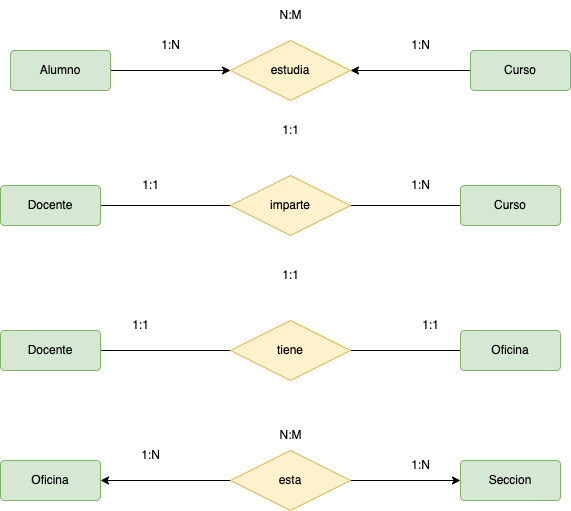
MoisesALH/base-datos keeps this draw.io diagram as NORMALIZACION/tareas/tarea9/img/matricula.drawio.png. Above is the earlier version. Source tidied: cells renumbered, new cells last; positions are measured from the earlier drawing's top-left corner, leaving out a move shared by most shapes. Source of this version:
```xml
<mxGraphModel>
  <root>
    <mxCell id="0" />
    <mxCell id="1" parent="0" />
    <mxCell id="2" style="edgeStyle=orthogonalEdgeStyle;rounded=0;jettySize=auto;html=1;endArrow=classic;endFill=1;" parent="1" edge="1" source="3" target="5">
      <mxGeometry relative="1" as="geometry" />
    </mxCell>
    <mxCell id="3" value="Curso" style="rounded=1;arcSize=10;whiteSpace=wrap;html=1;align=center;fillColor=#d5e8d4;strokeColor=#82b366;" parent="1" vertex="1">
      <mxGeometry x="470" y="50" width="100" height="40" as="geometry" />
    </mxCell>
    <mxCell id="4" style="edgeStyle=orthogonalEdgeStyle;rounded=0;jettySize=auto;html=1;endArrow=none;endFill=0;startArrow=classic;startFill=1;" parent="1" edge="1" source="5" target="6">
      <mxGeometry relative="1" as="geometry" />
    </mxCell>
    <mxCell id="5" value="estudia" style="shape=rhombus;perimeter=rhombusPerimeter;whiteSpace=wrap;html=1;align=center;fillColor=#fff2cc;strokeColor=#d6b656;" parent="1" vertex="1">
      <mxGeometry x="230" y="40" width="120" height="60" as="geometry" />
    </mxCell>
    <mxCell id="6" value="Alumno" style="rounded=1;arcSize=10;whiteSpace=wrap;html=1;align=center;fillColor=#d5e8d4;strokeColor=#82b366;" parent="1" vertex="1">
      <mxGeometry x="10" y="50" width="100" height="40" as="geometry" />
    </mxCell>
    <mxCell id="7" style="edgeStyle=orthogonalEdgeStyle;rounded=0;jettySize=auto;html=1;endArrow=none;endFill=0;" parent="1" edge="1" source="8" target="10">
      <mxGeometry relative="1" as="geometry" />
    </mxCell>
    <mxCell id="8" value="Curso" style="rounded=1;arcSize=10;whiteSpace=wrap;html=1;align=center;fillColor=#d5e8d4;strokeColor=#82b366;" parent="1" vertex="1">
      <mxGeometry x="460" y="185" width="100" height="40" as="geometry" />
    </mxCell>
    <mxCell id="9" style="edgeStyle=orthogonalEdgeStyle;rounded=0;jettySize=auto;html=1;endArrow=none;endFill=0;" parent="1" edge="1" source="10" target="11">
      <mxGeometry relative="1" as="geometry" />
    </mxCell>
    <mxCell id="10" value="imparte" style="shape=rhombus;perimeter=rhombusPerimeter;whiteSpace=wrap;html=1;align=center;fillColor=#fff2cc;strokeColor=#d6b656;" parent="1" vertex="1">
      <mxGeometry x="230" y="175" width="120" height="60" as="geometry" />
    </mxCell>
    <mxCell id="11" value="Docente" style="rounded=1;arcSize=10;whiteSpace=wrap;html=1;align=center;fillColor=#d5e8d4;strokeColor=#82b366;" parent="1" vertex="1">
      <mxGeometry y="185" width="100" height="40" as="geometry" />
    </mxCell>
    <mxCell id="12" style="edgeStyle=orthogonalEdgeStyle;rounded=0;jettySize=auto;html=1;endArrow=none;endFill=0;" parent="1" edge="1" source="13" target="15">
      <mxGeometry relative="1" as="geometry" />
    </mxCell>
    <mxCell id="13" value="Oficina" style="rounded=1;arcSize=10;whiteSpace=wrap;html=1;align=center;fillColor=#d5e8d4;strokeColor=#82b366;" parent="1" vertex="1">
      <mxGeometry x="460" y="330" width="100" height="40" as="geometry" />
    </mxCell>
    <mxCell id="14" style="edgeStyle=orthogonalEdgeStyle;rounded=0;jettySize=auto;html=1;endArrow=none;endFill=0;" parent="1" edge="1" source="15" target="16">
      <mxGeometry relative="1" as="geometry" />
    </mxCell>
    <mxCell id="15" value="tiene" style="shape=rhombus;perimeter=rhombusPerimeter;whiteSpace=wrap;html=1;align=center;fillColor=#fff2cc;strokeColor=#d6b656;" parent="1" vertex="1">
      <mxGeometry x="230" y="320" width="120" height="60" as="geometry" />
    </mxCell>
    <mxCell id="16" value="Docente" style="rounded=1;arcSize=10;whiteSpace=wrap;html=1;align=center;fillColor=#d5e8d4;strokeColor=#82b366;" parent="1" vertex="1">
      <mxGeometry y="330" width="100" height="40" as="geometry" />
    </mxCell>
    <mxCell id="17" style="edgeStyle=orthogonalEdgeStyle;rounded=0;jettySize=auto;html=1;endArrow=none;endFill=0;startArrow=classic;startFill=1;" parent="1" edge="1" source="18" target="20">
      <mxGeometry relative="1" as="geometry" />
    </mxCell>
    <mxCell id="18" value="Seccion" style="rounded=1;arcSize=10;whiteSpace=wrap;html=1;align=center;fillColor=#d5e8d4;strokeColor=#82b366;" parent="1" vertex="1">
      <mxGeometry x="460" y="460" width="100" height="40" as="geometry" />
    </mxCell>
    <mxCell id="19" style="edgeStyle=orthogonalEdgeStyle;rounded=0;jettySize=auto;html=1;endArrow=classic;endFill=1;startArrow=none;startFill=0;" parent="1" edge="1" source="20" target="21">
      <mxGeometry relative="1" as="geometry" />
    </mxCell>
    <mxCell id="20" value="esta" style="shape=rhombus;perimeter=rhombusPerimeter;whiteSpace=wrap;html=1;align=center;fillColor=#fff2cc;strokeColor=#d6b656;" parent="1" vertex="1">
      <mxGeometry x="230" y="450" width="120" height="60" as="geometry" />
    </mxCell>
    <mxCell id="21" value="Oficina" style="rounded=1;arcSize=10;whiteSpace=wrap;html=1;align=center;fillColor=#d5e8d4;strokeColor=#82b366;" parent="1" vertex="1">
      <mxGeometry y="460" width="100" height="40" as="geometry" />
    </mxCell>
    <mxCell id="22" value="1:N" style="text;html=1;align=center;verticalAlign=middle;strokeColor=none;fillColor=none;" parent="1" vertex="1">
      <mxGeometry x="400" y="450" width="40" height="30" as="geometry" />
    </mxCell>
    <mxCell id="23" value="1:N" style="text;html=1;align=center;verticalAlign=middle;strokeColor=none;fillColor=none;" parent="1" vertex="1">
      <mxGeometry x="400" y="30" width="40" height="30" as="geometry" />
    </mxCell>
    <mxCell id="24" value="1:N" style="text;html=1;align=center;verticalAlign=middle;strokeColor=none;fillColor=none;" parent="1" vertex="1">
      <mxGeometry x="150" y="30" width="40" height="30" as="geometry" />
    </mxCell>
    <mxCell id="25" value="N:M" style="text;html=1;align=center;verticalAlign=middle;strokeColor=none;fillColor=none;" parent="1" vertex="1">
      <mxGeometry x="265" width="50" height="30" as="geometry" />
    </mxCell>
    <mxCell id="26" value="1:N" style="text;html=1;align=center;verticalAlign=middle;strokeColor=none;fillColor=none;" parent="1" vertex="1">
      <mxGeometry x="400" y="170" width="40" height="30" as="geometry" />
    </mxCell>
    <mxCell id="27" value="1:1" style="text;html=1;align=center;verticalAlign=middle;strokeColor=none;fillColor=none;" parent="1" vertex="1">
      <mxGeometry x="130" y="170" width="40" height="30" as="geometry" />
    </mxCell>
    <mxCell id="28" value="1:1" style="text;html=1;align=center;verticalAlign=middle;strokeColor=none;fillColor=none;" parent="1" vertex="1">
      <mxGeometry x="270" y="115" width="40" height="30" as="geometry" />
    </mxCell>
    <mxCell id="29" value="1:1" style="text;html=1;align=center;verticalAlign=middle;strokeColor=none;fillColor=none;" parent="1" vertex="1">
      <mxGeometry x="120" y="310" width="40" height="30" as="geometry" />
    </mxCell>
    <mxCell id="30" value="1:N" style="text;html=1;align=center;verticalAlign=middle;strokeColor=none;fillColor=none;" parent="1" vertex="1">
      <mxGeometry x="130" y="440" width="40" height="30" as="geometry" />
    </mxCell>
    <mxCell id="31" value="N:M" style="text;html=1;align=center;verticalAlign=middle;strokeColor=none;fillColor=none;" parent="1" vertex="1">
      <mxGeometry x="265" y="420" width="50" height="30" as="geometry" />
    </mxCell>
    <mxCell id="32" value="1:1" style="text;html=1;align=center;verticalAlign=middle;strokeColor=none;fillColor=none;" parent="1" vertex="1">
      <mxGeometry x="410" y="310" width="40" height="30" as="geometry" />
    </mxCell>
    <mxCell id="33" value="1:1" style="text;html=1;align=center;verticalAlign=middle;strokeColor=none;fillColor=none;" parent="1" vertex="1">
      <mxGeometry x="270" y="260" width="40" height="30" as="geometry" />
    </mxCell>
  </root>
</mxGraphModel>
```
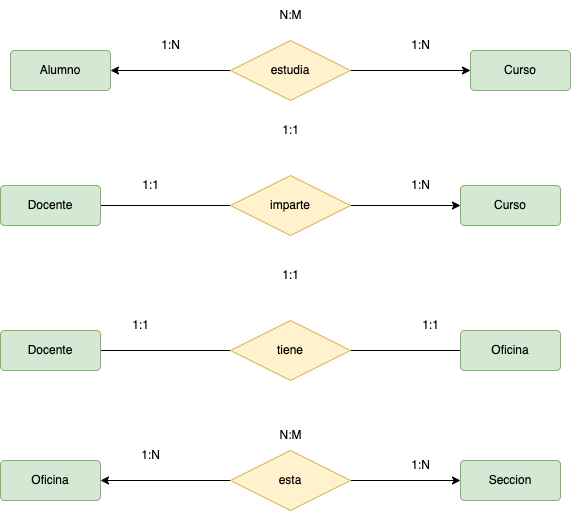
The same diagram one commit later.

The edit, as a diff of the source:
```diff
@@ -2,13 +2,13 @@
   <root>
     <mxCell id="0" />
     <mxCell id="1" parent="0" />
-    <mxCell id="2" style="edgeStyle=orthogonalEdgeStyle;rounded=0;jettySize=auto;html=1;endArrow=classic;endFill=1;" parent="1" edge="1" source="3" target="5">
+    <mxCell id="2" style="edgeStyle=orthogonalEdgeStyle;rounded=0;jettySize=auto;html=1;endArrow=none;endFill=0;startArrow=classic;startFill=1;" parent="1" edge="1" source="3" target="5">
       <mxGeometry relative="1" as="geometry" />
     </mxCell>
     <mxCell id="3" value="Curso" style="rounded=1;arcSize=10;whiteSpace=wrap;html=1;align=center;fillColor=#d5e8d4;strokeColor=#82b366;" parent="1" vertex="1">
       <mxGeometry x="470" y="50" width="100" height="40" as="geometry" />
     </mxCell>
-    <mxCell id="4" style="edgeStyle=orthogonalEdgeStyle;rounded=0;jettySize=auto;html=1;endArrow=none;endFill=0;startArrow=classic;startFill=1;" parent="1" edge="1" source="5" target="6">
+    <mxCell id="4" style="edgeStyle=orthogonalEdgeStyle;rounded=0;jettySize=auto;html=1;endArrow=classic;endFill=1;startArrow=none;startFill=0;" parent="1" edge="1" source="5" target="6">
       <mxGeometry relative="1" as="geometry" />
     </mxCell>
     <mxCell id="5" value="estudia" style="shape=rhombus;perimeter=rhombusPerimeter;whiteSpace=wrap;html=1;align=center;fillColor=#fff2cc;strokeColor=#d6b656;" parent="1" vertex="1">
@@ -17,7 +17,7 @@
     <mxCell id="6" value="Alumno" style="rounded=1;arcSize=10;whiteSpace=wrap;html=1;align=center;fillColor=#d5e8d4;strokeColor=#82b366;" parent="1" vertex="1">
       <mxGeometry x="10" y="50" width="100" height="40" as="geometry" />
     </mxCell>
-    <mxCell id="7" style="edgeStyle=orthogonalEdgeStyle;rounded=0;jettySize=auto;html=1;endArrow=none;endFill=0;" parent="1" edge="1" source="8" target="10">
+    <mxCell id="7" style="edgeStyle=orthogonalEdgeStyle;rounded=0;jettySize=auto;html=1;endArrow=none;endFill=0;startArrow=classic;startFill=1;" parent="1" edge="1" source="8" target="10">
       <mxGeometry relative="1" as="geometry" />
     </mxCell>
     <mxCell id="8" value="Curso" style="rounded=1;arcSize=10;whiteSpace=wrap;html=1;align=center;fillColor=#d5e8d4;strokeColor=#82b366;" parent="1" vertex="1">
```
